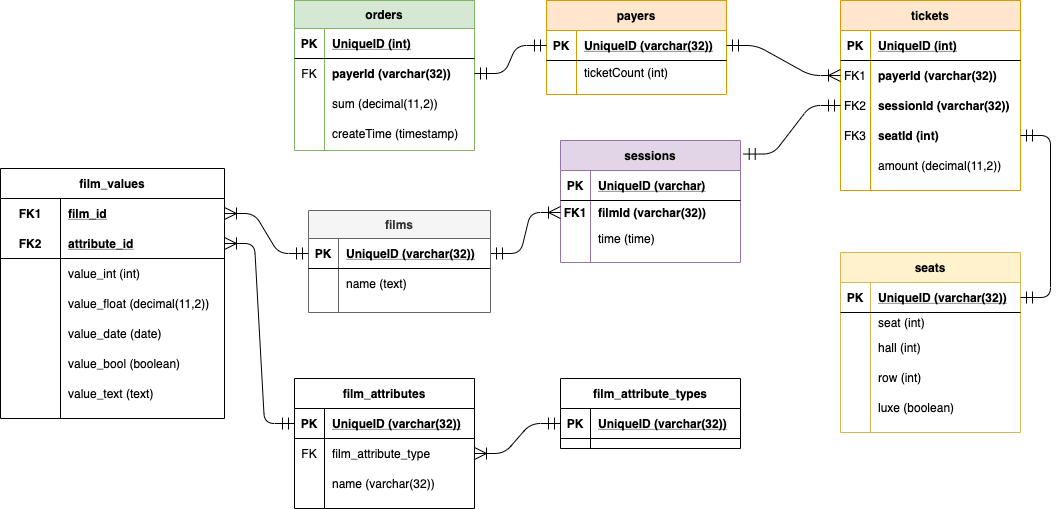
Earlier version of the draw.io export DatabaseLogic.png (otusteamedu/PHP_2024). Source tidied: cells renumbered, new cells last; positions are measured from the earlier drawing's top-left corner, leaving out a move shared by most shapes.
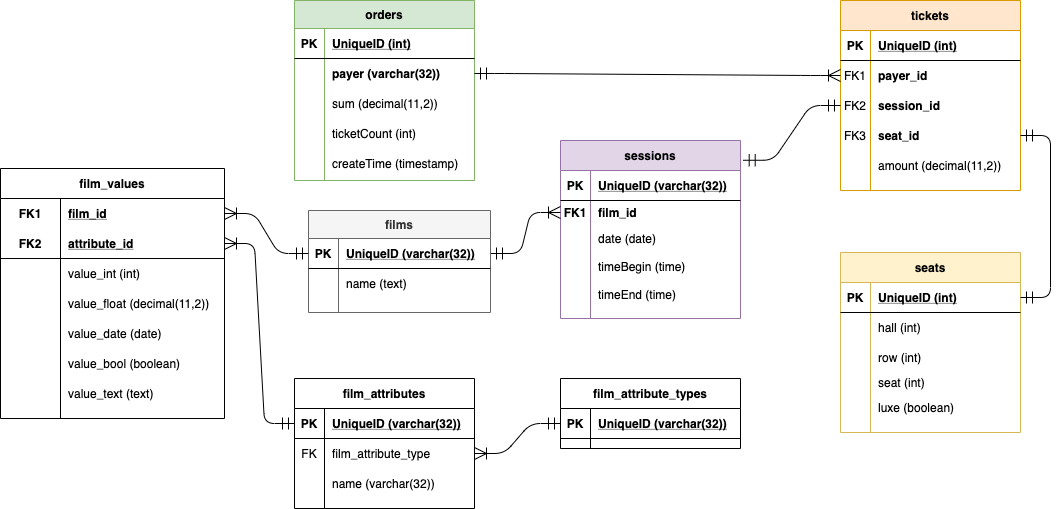
The same file after the commit.

What changed in the source:
```diff
@@ -3,7 +3,7 @@
     <mxCell id="0" />
     <mxCell id="1" parent="0" />
     <mxCell id="2" value="orders" style="shape=table;startSize=28;rowLines=0;fontStyle=1;align=center;shadow=0;fillColor=#d5e8d4;strokeColor=#82b366;" parent="1" vertex="1">
-      <mxGeometry x="294" width="180" height="150" as="geometry" />
+      <mxGeometry x="294" width="180" height="180" as="geometry" />
     </mxCell>
     <mxCell id="3" style="shape=partialRectangle;fillColor=none;top=0;left=0;bottom=1;right=0;" parent="2" vertex="1">
       <mxGeometry y="28" width="180" height="30" as="geometry" />
@@ -17,10 +17,10 @@
     <mxCell id="6" style="shape=partialRectangle;fillColor=none;top=0;left=0;bottom=0;right=0;points=[[0,0.5],[1,0.5]];portConstraint=eastwest;" parent="2" vertex="1">
       <mxGeometry y="58" width="180" height="30" as="geometry" />
     </mxCell>
-    <mxCell id="7" value="FK" style="shape=partialRectangle;fillColor=none;top=0;left=0;bottom=0;right=0;overflow=hidden;" parent="6" vertex="1">
+    <mxCell id="7" style="shape=partialRectangle;fillColor=none;top=0;left=0;bottom=0;right=0;overflow=hidden;" parent="6" vertex="1">
       <mxGeometry width="30" height="30" as="geometry" />
     </mxCell>
-    <mxCell id="8" value="payerId (varchar(32))" style="shape=partialRectangle;fillColor=none;top=0;left=0;bottom=0;right=0;align=left;spacingLeft=6;overflow=hidden;fontStyle=1;" parent="6" vertex="1">
+    <mxCell id="8" value="payer (varchar(32))" style="shape=partialRectangle;fillColor=none;top=0;left=0;bottom=0;right=0;align=left;spacingLeft=6;overflow=hidden;fontStyle=1;" parent="6" vertex="1">
       <mxGeometry x="30" width="150" height="30" as="geometry" />
     </mxCell>
     <mxCell id="9" style="shape=partialRectangle;fillColor=none;top=0;left=0;bottom=0;right=0;" parent="2" vertex="1">
@@ -32,8 +32,17 @@
     <mxCell id="11" value="sum (decimal(11,2))" style="shape=partialRectangle;fillColor=none;top=0;left=0;bottom=0;right=0;align=left;spacingLeft=6;overflow=hidden;" parent="9" vertex="1">
       <mxGeometry x="30" width="150" height="30" as="geometry" />
     </mxCell>
+    <mxCell id="115" style="shape=partialRectangle;fillColor=none;top=0;left=0;bottom=0;right=0;" parent="2" vertex="1">
+      <mxGeometry y="118" width="180" height="30" as="geometry" />
+    </mxCell>
+    <mxCell id="116" style="shape=partialRectangle;fillColor=none;top=0;left=0;bottom=0;right=0;overflow=hidden;" parent="115" vertex="1">
+      <mxGeometry width="30" height="30" as="geometry" />
+    </mxCell>
+    <mxCell id="66" value="ticketCount (int)" style="shape=partialRectangle;fillColor=none;top=0;left=0;bottom=0;right=0;align=left;spacingLeft=6;overflow=hidden;" parent="115" vertex="1">
+      <mxGeometry x="30" width="150" height="30" as="geometry" />
+    </mxCell>
     <mxCell id="12" style="shape=partialRectangle;fillColor=none;top=0;left=0;bottom=0;right=0;" parent="2" vertex="1">
-      <mxGeometry y="118" width="180" height="30" as="geometry" />
+      <mxGeometry y="148" width="180" height="30" as="geometry" />
     </mxCell>
     <mxCell id="13" style="shape=partialRectangle;fillColor=none;top=0;left=0;bottom=0;right=0;overflow=hidden;" parent="12" vertex="1">
       <mxGeometry width="30" height="30" as="geometry" />
@@ -50,20 +59,11 @@
     <mxCell id="17" value="PK" style="shape=partialRectangle;fillColor=none;top=0;left=0;bottom=0;right=0;fontStyle=1;overflow=hidden;" parent="16" vertex="1">
       <mxGeometry width="30" height="30" as="geometry" />
     </mxCell>
-    <mxCell id="18" value="UniqueID (varchar(32))" style="shape=partialRectangle;fillColor=none;top=0;left=0;bottom=0;right=0;align=left;spacingLeft=6;fontStyle=5;overflow=hidden;" parent="16" vertex="1">
+    <mxCell id="18" value="UniqueID (int)" style="shape=partialRectangle;fillColor=none;top=0;left=0;bottom=0;right=0;align=left;spacingLeft=6;fontStyle=5;overflow=hidden;" parent="16" vertex="1">
       <mxGeometry x="30" width="150" height="30" as="geometry" />
     </mxCell>
-    <mxCell id="19" style="shape=partialRectangle;fillColor=none;top=0;left=0;bottom=0;right=0;" parent="15" vertex="1">
-      <mxGeometry y="60" width="180" height="20" as="geometry" />
-    </mxCell>
-    <mxCell id="20" style="shape=partialRectangle;fillColor=none;top=0;left=0;bottom=0;right=0;overflow=hidden;" parent="19" vertex="1">
-      <mxGeometry width="30" height="20" as="geometry" />
-    </mxCell>
-    <mxCell id="21" value="seat (int)" style="shape=partialRectangle;fillColor=none;top=0;left=0;bottom=0;right=0;align=left;spacingLeft=6;overflow=hidden;" parent="19" vertex="1">
-      <mxGeometry x="30" width="150" height="20" as="geometry" />
-    </mxCell>
     <mxCell id="22" style="shape=partialRectangle;fillColor=none;top=0;left=0;bottom=0;right=0;" parent="15" vertex="1">
-      <mxGeometry y="80" width="180" height="30" as="geometry" />
+      <mxGeometry y="60" width="180" height="30" as="geometry" />
     </mxCell>
     <mxCell id="23" style="shape=partialRectangle;fillColor=none;top=0;left=0;bottom=0;right=0;overflow=hidden;" parent="22" vertex="1">
       <mxGeometry width="30" height="30" as="geometry" />
@@ -72,7 +72,7 @@
       <mxGeometry x="30" width="150" height="30" as="geometry" />
     </mxCell>
     <mxCell id="25" style="shape=partialRectangle;fillColor=none;top=0;left=0;bottom=0;right=0;" parent="15" vertex="1">
-      <mxGeometry y="110" width="180" height="30" as="geometry" />
+      <mxGeometry y="90" width="180" height="30" as="geometry" />
     </mxCell>
     <mxCell id="26" style="shape=partialRectangle;fillColor=none;top=0;left=0;bottom=0;right=0;overflow=hidden;" parent="25" vertex="1">
       <mxGeometry width="30" height="30" as="geometry" />
@@ -80,6 +80,15 @@
     <mxCell id="27" value="row (int)" style="shape=partialRectangle;fillColor=none;top=0;left=0;bottom=0;right=0;align=left;spacingLeft=6;overflow=hidden;" parent="25" vertex="1">
       <mxGeometry x="30" width="150" height="30" as="geometry" />
     </mxCell>
+    <mxCell id="19" style="shape=partialRectangle;fillColor=none;top=0;left=0;bottom=0;right=0;" parent="15" vertex="1">
+      <mxGeometry y="120" width="180" height="20" as="geometry" />
+    </mxCell>
+    <mxCell id="20" style="shape=partialRectangle;fillColor=none;top=0;left=0;bottom=0;right=0;overflow=hidden;" parent="19" vertex="1">
+      <mxGeometry width="30" height="20" as="geometry" />
+    </mxCell>
+    <mxCell id="21" value="seat (int)" style="shape=partialRectangle;fillColor=none;top=0;left=0;bottom=0;right=0;align=left;spacingLeft=6;overflow=hidden;" parent="19" vertex="1">
+      <mxGeometry x="30" width="150" height="20" as="geometry" />
+    </mxCell>
     <mxCell id="28" style="shape=partialRectangle;fillColor=none;top=0;left=0;bottom=0;right=0;" parent="15" vertex="1">
       <mxGeometry y="140" width="180" height="30" as="geometry" />
     </mxCell>
@@ -90,7 +99,7 @@
       <mxGeometry x="30" width="150" height="30" as="geometry" />
     </mxCell>
     <mxCell id="31" value="sessions" style="shape=table;startSize=30;rowLines=0;fontStyle=1;align=center;shadow=0;fillColor=#e1d5e7;strokeColor=#9673a6;" parent="1" vertex="1">
-      <mxGeometry x="560" y="140" width="180" height="122" as="geometry" />
+      <mxGeometry x="560" y="140" width="180" height="178" as="geometry" />
     </mxCell>
     <mxCell id="32" style="shape=partialRectangle;fillColor=none;top=0;left=0;bottom=1;right=0;" parent="31" vertex="1">
       <mxGeometry y="30" width="180" height="30" as="geometry" />
@@ -98,7 +107,7 @@
     <mxCell id="33" value="PK" style="shape=partialRectangle;fillColor=none;top=0;left=0;bottom=0;right=0;fontStyle=1;overflow=hidden;" parent="32" vertex="1">
       <mxGeometry width="30" height="30" as="geometry" />
     </mxCell>
-    <mxCell id="34" value="UniqueID (varchar)" style="shape=partialRectangle;fillColor=none;top=0;left=0;bottom=0;right=0;align=left;spacingLeft=6;fontStyle=5;overflow=hidden;" parent="32" vertex="1">
+    <mxCell id="34" value="UniqueID (varchar(32))" style="shape=partialRectangle;fillColor=none;top=0;left=0;bottom=0;right=0;align=left;spacingLeft=6;fontStyle=5;overflow=hidden;" parent="32" vertex="1">
       <mxGeometry x="30" width="150" height="30" as="geometry" />
     </mxCell>
     <mxCell id="35" style="shape=partialRectangle;fillColor=none;top=0;left=0;bottom=0;right=0;points=[[0,0.5],[1,0.5]];portConstraint=eastwest;" parent="31" vertex="1">
@@ -107,7 +116,7 @@
     <mxCell id="36" value="FK1" style="shape=partialRectangle;fillColor=none;top=0;left=0;bottom=0;right=0;overflow=hidden;fontStyle=1;" parent="35" vertex="1">
       <mxGeometry width="30" height="24" as="geometry" />
     </mxCell>
-    <mxCell id="37" value="filmId (varchar(32))" style="shape=partialRectangle;fillColor=none;top=0;left=0;bottom=0;right=0;align=left;spacingLeft=6;overflow=hidden;fontStyle=1;" parent="35" vertex="1">
+    <mxCell id="37" value="film_id" style="shape=partialRectangle;fillColor=none;top=0;left=0;bottom=0;right=0;align=left;spacingLeft=6;overflow=hidden;fontStyle=1;" parent="35" vertex="1">
       <mxGeometry x="30" width="150" height="24" as="geometry" />
     </mxCell>
     <mxCell id="38" style="shape=partialRectangle;fillColor=none;top=0;left=0;bottom=0;right=0;" parent="31" vertex="1">
@@ -116,9 +125,27 @@
     <mxCell id="39" style="shape=partialRectangle;fillColor=none;top=0;left=0;bottom=0;right=0;overflow=hidden;" parent="38" vertex="1">
       <mxGeometry width="30" height="28" as="geometry" />
     </mxCell>
-    <mxCell id="40" value="time (time)" style="shape=partialRectangle;fillColor=none;top=0;left=0;bottom=0;right=0;align=left;spacingLeft=6;overflow=hidden;" parent="38" vertex="1">
+    <mxCell id="40" value="date (date)" style="shape=partialRectangle;fillColor=none;top=0;left=0;bottom=0;right=0;align=left;spacingLeft=6;overflow=hidden;" parent="38" vertex="1">
       <mxGeometry x="30" width="150" height="28" as="geometry" />
     </mxCell>
+    <mxCell id="117" style="shape=partialRectangle;fillColor=none;top=0;left=0;bottom=0;right=0;" parent="31" vertex="1">
+      <mxGeometry y="112" width="180" height="28" as="geometry" />
+    </mxCell>
+    <mxCell id="118" style="shape=partialRectangle;fillColor=none;top=0;left=0;bottom=0;right=0;overflow=hidden;" parent="117" vertex="1">
+      <mxGeometry width="30" height="28" as="geometry" />
+    </mxCell>
+    <mxCell id="119" value="timeBegin (time)" style="shape=partialRectangle;fillColor=none;top=0;left=0;bottom=0;right=0;align=left;spacingLeft=6;overflow=hidden;" parent="117" vertex="1">
+      <mxGeometry x="30" width="150" height="28" as="geometry" />
+    </mxCell>
+    <mxCell id="120" style="shape=partialRectangle;fillColor=none;top=0;left=0;bottom=0;right=0;" parent="31" vertex="1">
+      <mxGeometry y="140" width="180" height="28" as="geometry" />
+    </mxCell>
+    <mxCell id="121" style="shape=partialRectangle;fillColor=none;top=0;left=0;bottom=0;right=0;overflow=hidden;" parent="120" vertex="1">
+      <mxGeometry width="30" height="28" as="geometry" />
+    </mxCell>
+    <mxCell id="122" value="timeEnd (time)" style="shape=partialRectangle;fillColor=none;top=0;left=0;bottom=0;right=0;align=left;spacingLeft=6;overflow=hidden;" parent="120" vertex="1">
+      <mxGeometry x="30" width="150" height="28" as="geometry" />
+    </mxCell>
     <mxCell id="41" value="tickets" style="shape=table;startSize=30;rowLines=0;fontStyle=1;align=center;shadow=0;fillColor=#ffe6cc;strokeColor=#d79b00;" parent="1" vertex="1">
       <mxGeometry x="840" width="180" height="190" as="geometry" />
     </mxCell>
@@ -137,7 +164,7 @@
     <mxCell id="46" value="FK1" style="shape=partialRectangle;fillColor=none;top=0;left=0;bottom=0;right=0;overflow=hidden;" parent="45" vertex="1">
       <mxGeometry width="30" height="30" as="geometry" />
     </mxCell>
-    <mxCell id="47" value="payerId (varchar(32))" style="shape=partialRectangle;fillColor=none;top=0;left=0;bottom=0;right=0;align=left;spacingLeft=6;overflow=hidden;fontStyle=1;" parent="45" vertex="1">
+    <mxCell id="47" value="payer_id" style="shape=partialRectangle;fillColor=none;top=0;left=0;bottom=0;right=0;align=left;spacingLeft=6;overflow=hidden;fontStyle=1;" parent="45" vertex="1">
       <mxGeometry x="30" width="150" height="30" as="geometry" />
     </mxCell>
     <mxCell id="48" style="shape=partialRectangle;fillColor=none;top=0;left=0;bottom=0;right=0;points=[[0,0.5],[1,0.5]];portConstraint=eastwest;" parent="41" vertex="1">
@@ -146,7 +173,7 @@
     <mxCell id="49" value="FK2" style="shape=partialRectangle;fillColor=none;top=0;left=0;bottom=0;right=0;overflow=hidden;" parent="48" vertex="1">
       <mxGeometry width="30" height="30" as="geometry" />
     </mxCell>
-    <mxCell id="50" value="sessionId (varchar(32))" style="shape=partialRectangle;fillColor=none;top=0;left=0;bottom=0;right=0;align=left;spacingLeft=6;overflow=hidden;fontStyle=1;" parent="48" vertex="1">
+    <mxCell id="50" value="session_id" style="shape=partialRectangle;fillColor=none;top=0;left=0;bottom=0;right=0;align=left;spacingLeft=6;overflow=hidden;fontStyle=1;" parent="48" vertex="1">
       <mxGeometry x="30" width="150" height="30" as="geometry" />
     </mxCell>
     <mxCell id="51" style="shape=partialRectangle;fillColor=none;top=0;left=0;bottom=0;right=0;points=[[0,0.5],[1,0.5]];portConstraint=eastwest;" parent="41" vertex="1">
@@ -155,7 +182,7 @@
     <mxCell id="52" value="FK3" style="shape=partialRectangle;fillColor=none;top=0;left=0;bottom=0;right=0;overflow=hidden;" parent="51" vertex="1">
       <mxGeometry width="30" height="30" as="geometry" />
     </mxCell>
-    <mxCell id="53" value="seatId (int)" style="shape=partialRectangle;fillColor=none;top=0;left=0;bottom=0;right=0;align=left;spacingLeft=6;overflow=hidden;fontStyle=1;" parent="51" vertex="1">
+    <mxCell id="53" value="seat_id" style="shape=partialRectangle;fillColor=none;top=0;left=0;bottom=0;right=0;align=left;spacingLeft=6;overflow=hidden;fontStyle=1;" parent="51" vertex="1">
       <mxGeometry x="30" width="150" height="30" as="geometry" />
     </mxCell>
     <mxCell id="54" style="shape=partialRectangle;fillColor=none;top=0;left=0;bottom=0;right=0;" parent="41" vertex="1">
@@ -176,31 +203,7 @@
     <mxCell id="59" style="edgeStyle=entityRelationEdgeStyle;fontSize=12;html=1;endArrow=ERmandOne;startArrow=ERoneToMany;endSize=10;startSize=10;startFill=0;exitX=0;exitY=0.5;exitDx=0;exitDy=0;entryX=1;entryY=0.5;entryDx=0;entryDy=0;" parent="1" edge="1" source="35" target="70">
       <mxGeometry relative="1" as="geometry" />
     </mxCell>
-    <mxCell id="60" value="payers" style="shape=table;startSize=30;rowLines=0;fontStyle=1;align=center;shadow=0;fillColor=#ffe6cc;strokeColor=#d79b00;" parent="1" vertex="1">
-      <mxGeometry x="546" width="180" height="94" as="geometry" />
-    </mxCell>
-    <mxCell id="61" style="shape=partialRectangle;fillColor=none;top=0;left=0;bottom=1;right=0;points=[[0,0.5],[1,0.5]];portConstraint=eastwest;" parent="60" vertex="1">
-      <mxGeometry y="30" width="180" height="30" as="geometry" />
-    </mxCell>
-    <mxCell id="62" value="PK" style="shape=partialRectangle;fillColor=none;top=0;left=0;bottom=0;right=0;fontStyle=1;overflow=hidden;" parent="61" vertex="1">
-      <mxGeometry width="30" height="30" as="geometry" />
-    </mxCell>
-    <mxCell id="63" value="UniqueID (varchar(32))" style="shape=partialRectangle;fillColor=none;top=0;left=0;bottom=0;right=0;align=left;spacingLeft=6;fontStyle=5;overflow=hidden;" parent="61" vertex="1">
-      <mxGeometry x="30" width="150" height="30" as="geometry" />
-    </mxCell>
-    <mxCell id="64" style="shape=partialRectangle;fillColor=none;top=0;left=0;bottom=0;right=0;" parent="60" vertex="1">
-      <mxGeometry y="60" width="180" height="24" as="geometry" />
-    </mxCell>
-    <mxCell id="65" style="shape=partialRectangle;fillColor=none;top=0;left=0;bottom=0;right=0;overflow=hidden;" parent="64" vertex="1">
-      <mxGeometry width="30" height="24" as="geometry" />
-    </mxCell>
-    <mxCell id="66" value="ticketCount (int)" style="shape=partialRectangle;fillColor=none;top=0;left=0;bottom=0;right=0;align=left;spacingLeft=6;overflow=hidden;" parent="64" vertex="1">
-      <mxGeometry x="30" width="150" height="24" as="geometry" />
-    </mxCell>
-    <mxCell id="67" style="edgeStyle=entityRelationEdgeStyle;fontSize=12;html=1;endArrow=ERmandOne;startArrow=ERmandOne;exitX=1;exitY=0.5;exitDx=0;exitDy=0;endSize=10;startSize=10;entryX=0;entryY=0.5;entryDx=0;entryDy=0;" parent="1" edge="1" source="6" target="61">
-      <mxGeometry relative="1" as="geometry" />
-    </mxCell>
-    <mxCell id="68" style="edgeStyle=entityRelationEdgeStyle;fontSize=12;html=1;endArrow=ERoneToMany;startArrow=ERmandOne;startSize=10;endSize=10;exitX=1;exitY=0.5;exitDx=0;exitDy=0;entryX=0;entryY=0.5;entryDx=0;entryDy=0;" parent="1" edge="1" source="61" target="45">
+    <mxCell id="68" style="edgeStyle=entityRelationEdgeStyle;fontSize=12;html=1;endArrow=ERoneToMany;startArrow=ERmandOne;startSize=10;endSize=10;exitX=1;exitY=0.5;exitDx=0;exitDy=0;entryX=0;entryY=0.5;entryDx=0;entryDy=0;" parent="1" edge="1" source="6" target="45">
       <mxGeometry relative="1" as="geometry" />
     </mxCell>
     <mxCell id="69" value="films" style="shape=table;startSize=28;rowLines=0;fontStyle=1;align=center;shadow=0;fillColor=#f5f5f5;strokeColor=#666666;fontColor=#333333;" parent="1" vertex="1">
```
